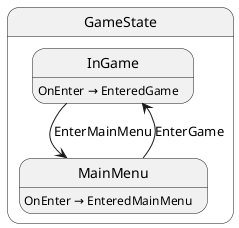
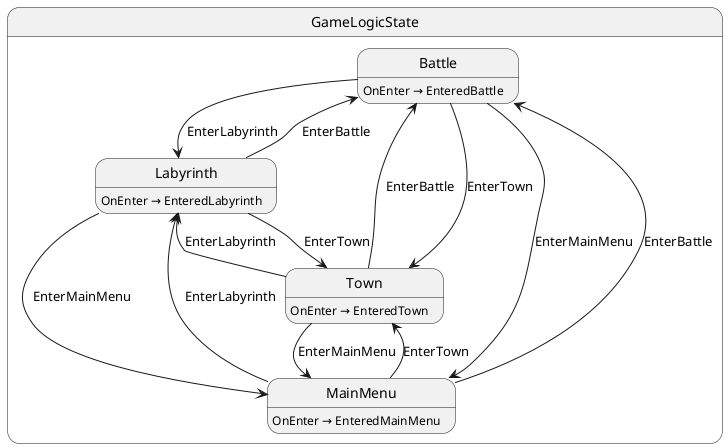
- @startuml GameState
- state "GameState" as Labyrinth_GameState {
-   state "InGame" as Labyrinth_GameState_InGame
-   state "MainMenu" as Labyrinth_GameState_MainMenu
+ @startuml GameLogicState
+ state "GameLogicState" as Labyrinth_GameLogicState {
+   state "Battle" as Labyrinth_GameLogicState_Battle
+   state "Labyrinth" as Labyrinth_GameLogicState_Labyrinth
+   state "MainMenu" as Labyrinth_GameLogicState_MainMenu
+   state "Town" as Labyrinth_GameLogicState_Town
}

- Labyrinth_GameState_InGame --> Labyrinth_GameState_MainMenu : EnterMainMenu
- Labyrinth_GameState_MainMenu --> Labyrinth_GameState_InGame : EnterGame
+ Labyrinth_GameLogicState_Battle --> Labyrinth_GameLogicState_Labyrinth : EnterLabyrinth
+ Labyrinth_GameLogicState_Battle --> Labyrinth_GameLogicState_MainMenu : EnterMainMenu
+ Labyrinth_GameLogicState_Battle --> Labyrinth_GameLogicState_Town : EnterTown
+ Labyrinth_GameLogicState_Labyrinth --> Labyrinth_GameLogicState_Battle : EnterBattle
+ Labyrinth_GameLogicState_Labyrinth --> Labyrinth_GameLogicState_MainMenu : EnterMainMenu
+ Labyrinth_GameLogicState_Labyrinth --> Labyrinth_GameLogicState_Town : EnterTown
+ Labyrinth_GameLogicState_MainMenu --> Labyrinth_GameLogicState_Battle : EnterBattle
+ Labyrinth_GameLogicState_MainMenu --> Labyrinth_GameLogicState_Labyrinth : EnterLabyrinth
+ Labyrinth_GameLogicState_MainMenu --> Labyrinth_GameLogicState_Town : EnterTown
+ Labyrinth_GameLogicState_Town --> Labyrinth_GameLogicState_Battle : EnterBattle
+ Labyrinth_GameLogicState_Town --> Labyrinth_GameLogicState_Labyrinth : EnterLabyrinth
+ Labyrinth_GameLogicState_Town --> Labyrinth_GameLogicState_MainMenu : EnterMainMenu

- Labyrinth_GameState_InGame : OnEnter → EnteredGame
- Labyrinth_GameState_MainMenu : OnEnter → EnteredMainMenu
+ Labyrinth_GameLogicState_Battle : OnEnter → EnteredBattle
+ Labyrinth_GameLogicState_Labyrinth : OnEnter → EnteredLabyrinth
+ Labyrinth_GameLogicState_MainMenu : OnEnter → EnteredMainMenu
+ Labyrinth_GameLogicState_Town : OnEnter → EnteredTown
@enduml